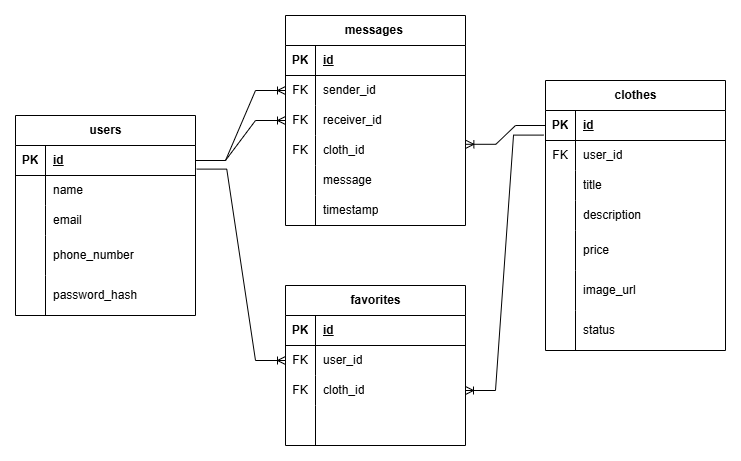
Earlier version of the draw.io export planning/clothingApp.drawio.png (SauravDhillon/Buy-Sell-Listing-App). Source tidied: cells renumbered, new cells last; positions are measured from the earlier drawing's top-left corner, leaving out a move shared by most shapes.
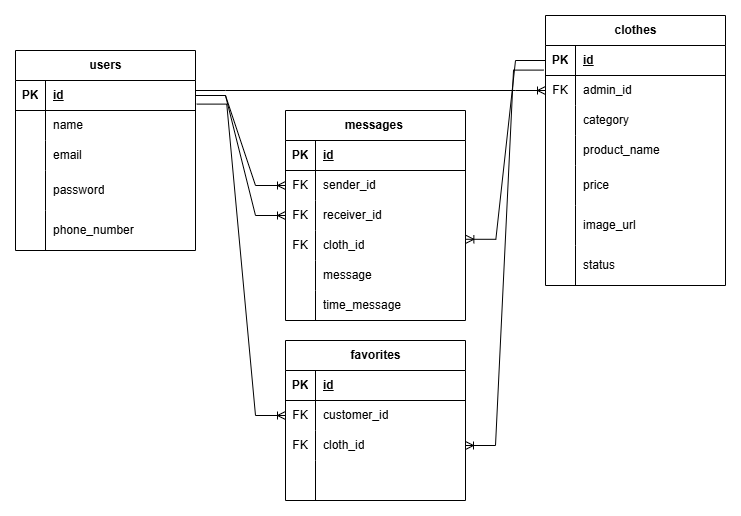
After the change.

Change to the diagram source:
```diff
@@ -38,7 +38,7 @@
     <mxCell id="13" style="shape=partialRectangle;fillColor=none;top=0;left=0;bottom=0;right=0;overflow=hidden;whiteSpace=wrap;html=1;" parent="12" vertex="1">
       <mxGeometry width="30" height="40" as="geometry" />
     </mxCell>
-    <mxCell id="14" value="phone_number" style="shape=partialRectangle;fillColor=none;top=0;left=0;bottom=0;right=0;align=left;spacingLeft=6;overflow=hidden;whiteSpace=wrap;html=1;" parent="12" vertex="1">
+    <mxCell id="14" value="password" style="shape=partialRectangle;fillColor=none;top=0;left=0;bottom=0;right=0;align=left;spacingLeft=6;overflow=hidden;whiteSpace=wrap;html=1;" parent="12" vertex="1">
       <mxGeometry x="30" width="150" height="40" as="geometry" />
     </mxCell>
     <mxCell id="15" style="shape=tableRow;horizontal=0;startSize=0;swimlaneHead=0;swimlaneBody=0;fillColor=none;top=0;left=0;right=0;bottom=0;" parent="2" vertex="1">
@@ -47,7 +47,7 @@
     <mxCell id="16" style="shape=partialRectangle;fillColor=none;top=0;left=0;bottom=0;right=0;overflow=hidden;whiteSpace=wrap;html=1;" parent="15" vertex="1">
       <mxGeometry width="30" height="40" as="geometry" />
     </mxCell>
-    <mxCell id="17" value="password_hash" style="shape=partialRectangle;fillColor=none;top=0;left=0;bottom=0;right=0;align=left;spacingLeft=6;overflow=hidden;whiteSpace=wrap;html=1;" parent="15" vertex="1">
+    <mxCell id="17" value="phone_number" style="shape=partialRectangle;fillColor=none;top=0;left=0;bottom=0;right=0;align=left;spacingLeft=6;overflow=hidden;whiteSpace=wrap;html=1;" parent="15" vertex="1">
       <mxGeometry x="30" width="150" height="40" as="geometry" />
     </mxCell>
     <mxCell id="18" value="clothes" style="shape=table;startSize=30;rowLines=0;fontStyle=1;align=center;html=1;" parent="1" vertex="1">
@@ -68,7 +68,7 @@
     <mxCell id="23" value="FK" style="shape=partialRectangle;fillColor=none;top=0;left=0;bottom=0;right=0;overflow=hidden;whiteSpace=wrap;html=1;" parent="22" vertex="1">
       <mxGeometry width="30" height="30" as="geometry" />
     </mxCell>
-    <mxCell id="24" value="user_id" style="shape=partialRectangle;fillColor=none;top=0;left=0;bottom=0;right=0;align=left;spacingLeft=6;overflow=hidden;whiteSpace=wrap;html=1;" parent="22" vertex="1">
+    <mxCell id="24" value="admin_id" style="shape=partialRectangle;fillColor=none;top=0;left=0;bottom=0;right=0;align=left;spacingLeft=6;overflow=hidden;whiteSpace=wrap;html=1;" parent="22" vertex="1">
       <mxGeometry x="30" width="150" height="30" as="geometry" />
     </mxCell>
     <mxCell id="25" style="shape=tableRow;horizontal=0;startSize=0;swimlaneHead=0;swimlaneBody=0;fillColor=none;top=0;left=0;right=0;bottom=0;" parent="18" vertex="1">
@@ -77,7 +77,7 @@
     <mxCell id="26" style="shape=partialRectangle;fillColor=none;top=0;left=0;bottom=0;right=0;overflow=hidden;whiteSpace=wrap;html=1;" parent="25" vertex="1">
       <mxGeometry width="30" height="30" as="geometry" />
     </mxCell>
-    <mxCell id="27" value="title" style="shape=partialRectangle;fillColor=none;top=0;left=0;bottom=0;right=0;align=left;spacingLeft=6;overflow=hidden;whiteSpace=wrap;html=1;" parent="25" vertex="1">
+    <mxCell id="27" value="category" style="shape=partialRectangle;fillColor=none;top=0;left=0;bottom=0;right=0;align=left;spacingLeft=6;overflow=hidden;whiteSpace=wrap;html=1;" parent="25" vertex="1">
       <mxGeometry x="30" width="150" height="30" as="geometry" />
     </mxCell>
     <mxCell id="28" style="shape=tableRow;horizontal=0;startSize=0;swimlaneHead=0;swimlaneBody=0;fillColor=none;top=0;left=0;right=0;bottom=0;" parent="18" vertex="1">
@@ -86,7 +86,7 @@
     <mxCell id="29" style="shape=partialRectangle;fillColor=none;top=0;left=0;bottom=0;right=0;overflow=hidden;whiteSpace=wrap;html=1;" parent="28" vertex="1">
       <mxGeometry width="30" height="30" as="geometry" />
     </mxCell>
-    <mxCell id="30" value="description" style="shape=partialRectangle;fillColor=none;top=0;left=0;bottom=0;right=0;align=left;spacingLeft=6;overflow=hidden;whiteSpace=wrap;html=1;" parent="28" vertex="1">
+    <mxCell id="30" value="product_name" style="shape=partialRectangle;fillColor=none;top=0;left=0;bottom=0;right=0;align=left;spacingLeft=6;overflow=hidden;whiteSpace=wrap;html=1;" parent="28" vertex="1">
       <mxGeometry x="30" width="150" height="30" as="geometry" />
     </mxCell>
     <mxCell id="31" style="shape=tableRow;horizontal=0;startSize=0;swimlaneHead=0;swimlaneBody=0;fillColor=none;top=0;left=0;right=0;bottom=0;" parent="18" vertex="1">
@@ -117,7 +117,7 @@
       <mxGeometry x="30" width="150" height="40" as="geometry" />
     </mxCell>
     <mxCell id="40" value="favorites" style="shape=table;startSize=30;rowLines=0;fontStyle=1;align=center;html=1;" parent="1" vertex="1">
-      <mxGeometry x="270" y="270" width="180" height="160" as="geometry" />
+      <mxGeometry x="270" y="390" width="180" height="160" as="geometry" />
     </mxCell>
     <mxCell id="41" style="shape=tableRow;horizontal=0;startSize=0;swimlaneHead=0;swimlaneBody=0;fillColor=none;top=0;left=0;right=0;bottom=1;" parent="40" vertex="1">
       <mxGeometry y="30" width="180" height="30" as="geometry" />
@@ -134,7 +134,7 @@
     <mxCell id="45" value="FK" style="shape=partialRectangle;fillColor=none;top=0;left=0;bottom=0;right=0;overflow=hidden;whiteSpace=wrap;html=1;" parent="44" vertex="1">
       <mxGeometry width="30" height="30" as="geometry" />
     </mxCell>
-    <mxCell id="46" value="user_id" style="shape=partialRectangle;fillColor=none;top=0;left=0;bottom=0;right=0;align=left;spacingLeft=6;overflow=hidden;whiteSpace=wrap;html=1;" parent="44" vertex="1">
+    <mxCell id="46" value="customer_id" style="shape=partialRectangle;fillColor=none;top=0;left=0;bottom=0;right=0;align=left;spacingLeft=6;overflow=hidden;whiteSpace=wrap;html=1;" parent="44" vertex="1">
       <mxGeometry x="30" width="150" height="30" as="geometry" />
     </mxCell>
     <mxCell id="47" style="shape=tableRow;horizontal=0;startSize=0;swimlaneHead=0;swimlaneBody=0;fillColor=none;points=[[0,0.5],[1,0.5]];portConstraint=eastwest;top=0;left=0;right=0;bottom=0;" parent="40" vertex="1">
@@ -156,7 +156,7 @@
       <mxGeometry x="30" width="150" height="40" as="geometry" />
     </mxCell>
     <mxCell id="53" value="messages&amp;nbsp;" style="shape=table;startSize=30;rowLines=0;fontStyle=1;align=center;html=1;" parent="1" vertex="1">
-      <mxGeometry x="270" width="180" height="210" as="geometry" />
+      <mxGeometry x="270" y="160" width="180" height="210" as="geometry" />
     </mxCell>
     <mxCell id="54" style="shape=tableRow;horizontal=0;startSize=0;swimlaneHead=0;swimlaneBody=0;fillColor=none;top=0;left=0;right=0;bottom=1;" parent="53" vertex="1">
       <mxGeometry y="30" width="180" height="30" as="geometry" />
@@ -209,7 +209,7 @@
     <mxCell id="70" style="shape=partialRectangle;fillColor=none;top=0;left=0;bottom=0;right=0;overflow=hidden;whiteSpace=wrap;html=1;" parent="69" vertex="1">
       <mxGeometry width="30" height="30" as="geometry" />
     </mxCell>
-    <mxCell id="71" value="timestamp" style="shape=partialRectangle;fillColor=none;top=0;left=0;bottom=0;right=0;align=left;spacingLeft=6;overflow=hidden;whiteSpace=wrap;html=1;" parent="69" vertex="1">
+    <mxCell id="71" value="time_message" style="shape=partialRectangle;fillColor=none;top=0;left=0;bottom=0;right=0;align=left;spacingLeft=6;overflow=hidden;whiteSpace=wrap;html=1;" parent="69" vertex="1">
       <mxGeometry x="30" width="150" height="30" as="geometry" />
     </mxCell>
     <mxCell id="72" style="edgeStyle=entityRelationEdgeStyle;fontSize=12;html=1;endArrow=ERoneToMany;rounded=0;entryX=0;entryY=0.5;entryDx=0;entryDy=0;exitX=1.007;exitY=0.787;exitDx=0;exitDy=0;exitPerimeter=0;" parent="1" edge="1" source="3" target="44">
@@ -243,5 +243,10 @@
         </Array>
       </mxGeometry>
     </mxCell>
+    <mxCell id="77" style="edgeStyle=entityRelationEdgeStyle;fontSize=12;html=1;endArrow=ERoneToMany;rounded=0;entryX=0;entryY=0.5;entryDx=0;entryDy=0;" parent="1" edge="1" target="22">
+      <mxGeometry relative="1" as="geometry">
+        <mxPoint x="180" y="140" as="sourcePoint" />
+      </mxGeometry>
+    </mxCell>
   </root>
 </mxGraphModel>
```
